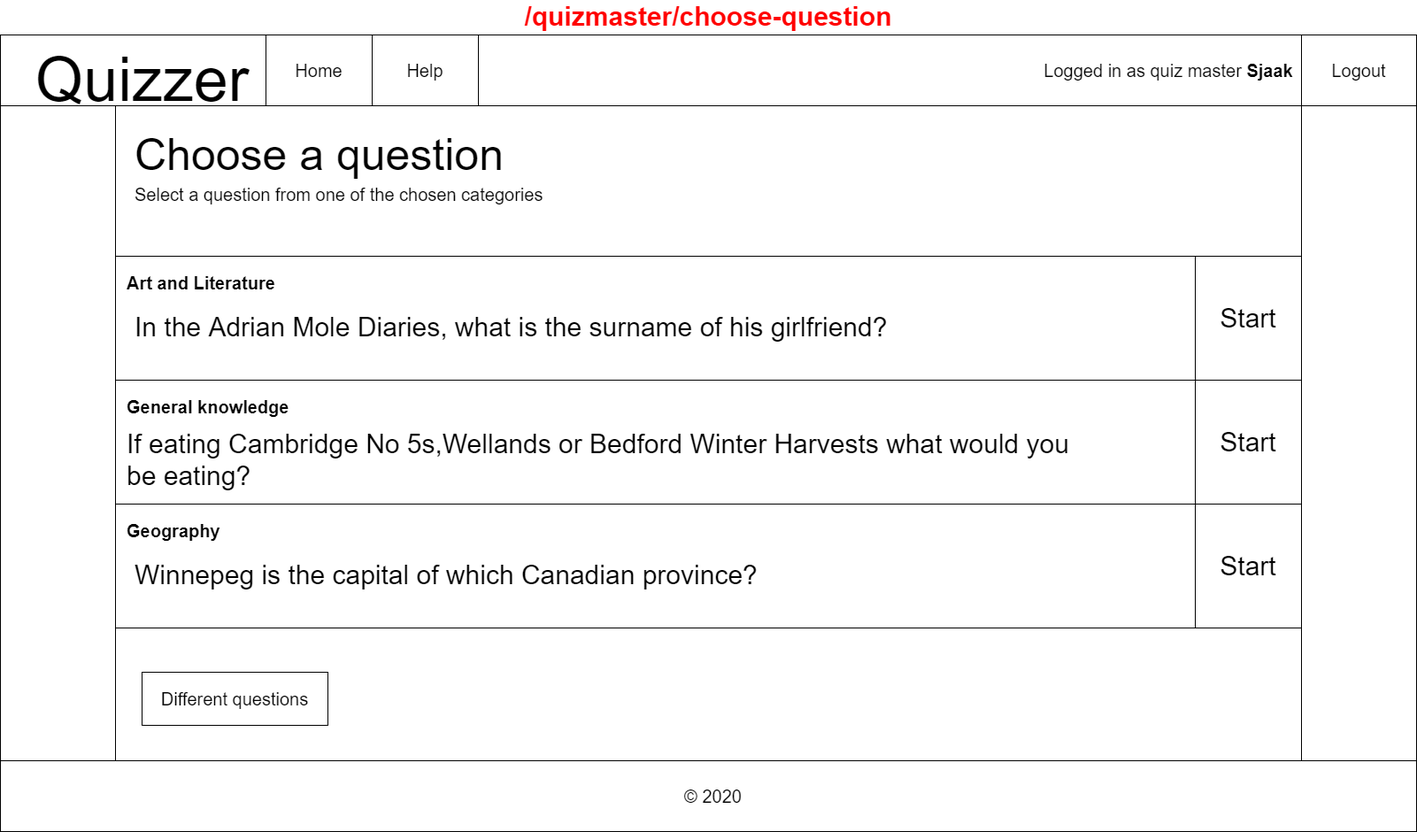
The draw.io diagram docs/wireframes/quizmaster-questions.png in IkBenDeSjaak/Quizzer, before a commit. Source tidied: cells renumbered, new cells last; positions are measured from the earlier drawing's top-left corner, leaving out a move shared by most shapes.
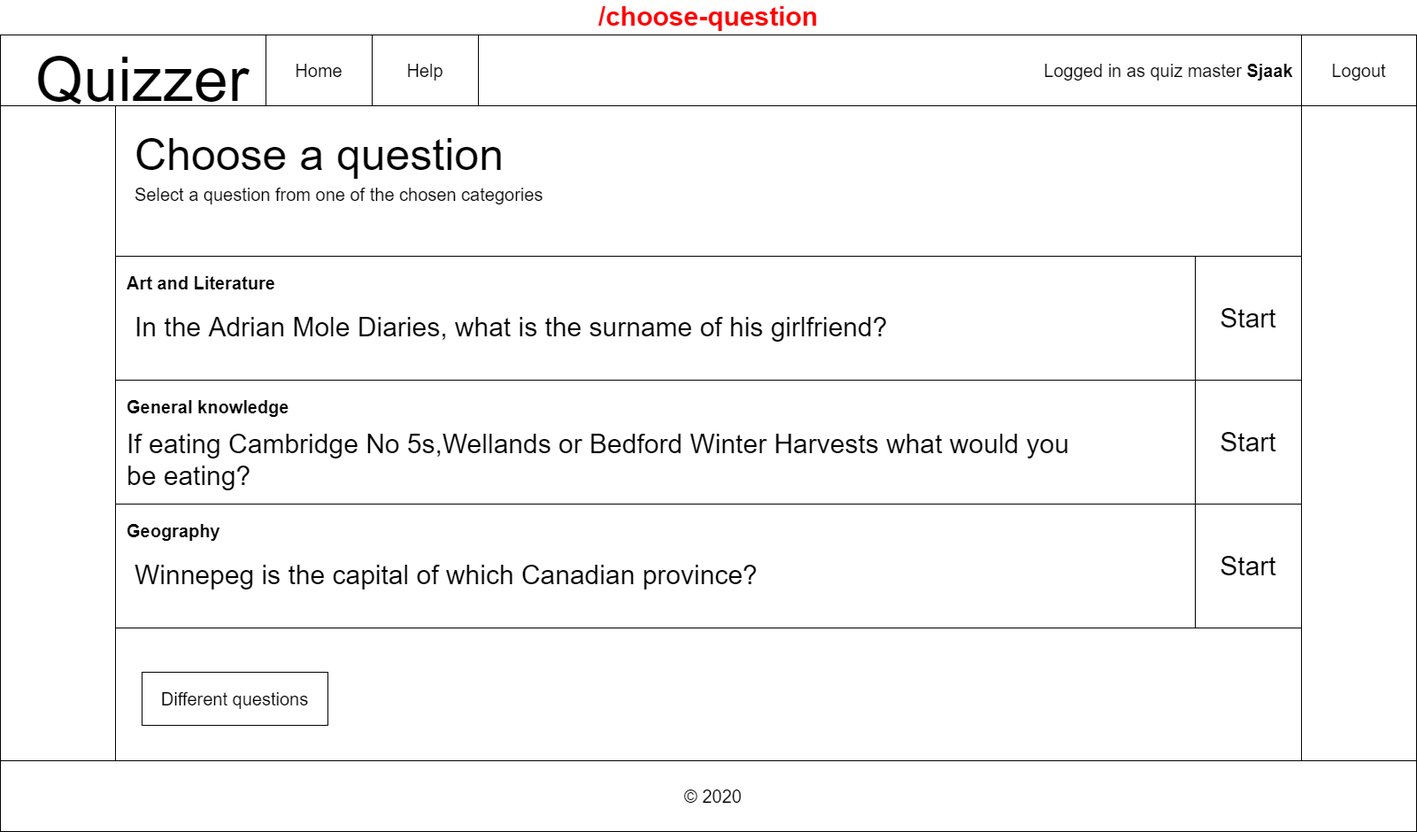
After the commit.

What changed in the source:
```diff
@@ -5,7 +5,7 @@
     <mxCell id="2" style="group;" parent="1" vertex="1">
       <mxGeometry width="1600" height="900" as="geometry" />
     </mxCell>
-    <mxCell id="3" value="/quizmaster/choose-question" style="rounded=0;whiteSpace=wrap;html=1;fontStyle=1;fontSize=30;labelPosition=center;verticalLabelPosition=top;align=center;verticalAlign=bottom;fontColor=#FF0000;" parent="2" vertex="1">
+    <mxCell id="3" value="/choose-question" style="rounded=0;whiteSpace=wrap;html=1;fontStyle=1;fontSize=30;labelPosition=center;verticalLabelPosition=top;align=center;verticalAlign=bottom;fontColor=#FF0000;" parent="2" vertex="1">
       <mxGeometry width="1600" height="900" as="geometry" />
     </mxCell>
     <mxCell id="4" style="rounded=0;whiteSpace=wrap;html=1;" parent="2" vertex="1">
```
